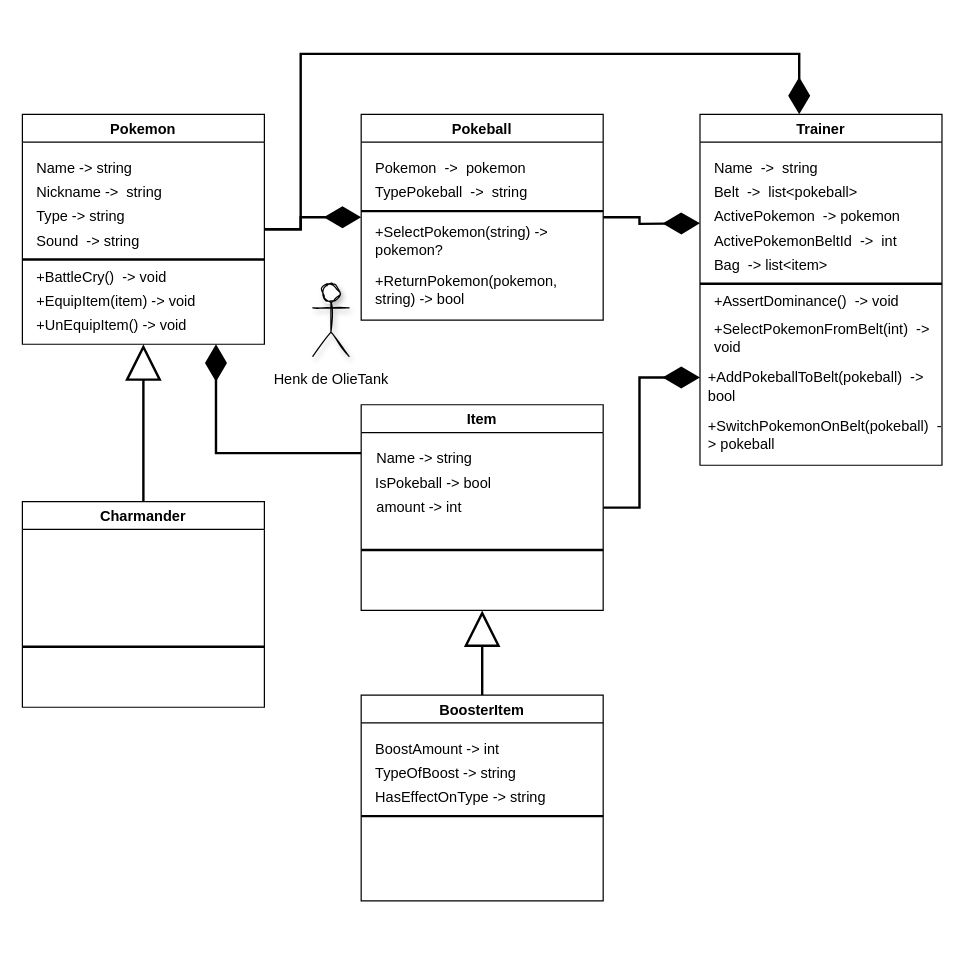
Before: Pokemon-Battle-Sim/class diagram.drawio in oldmartijntje/Pokemon-Battle-Simulator, a draw.io diagram. Source tidied: cells renumbered, new cells numbered last; positions are measured from the earlier drawing's top-left corner, leaving out a move shared by most shapes. Both pictures are drawn from the tidied source at 121%, with x=0, y=0 at pixel (22, 53).
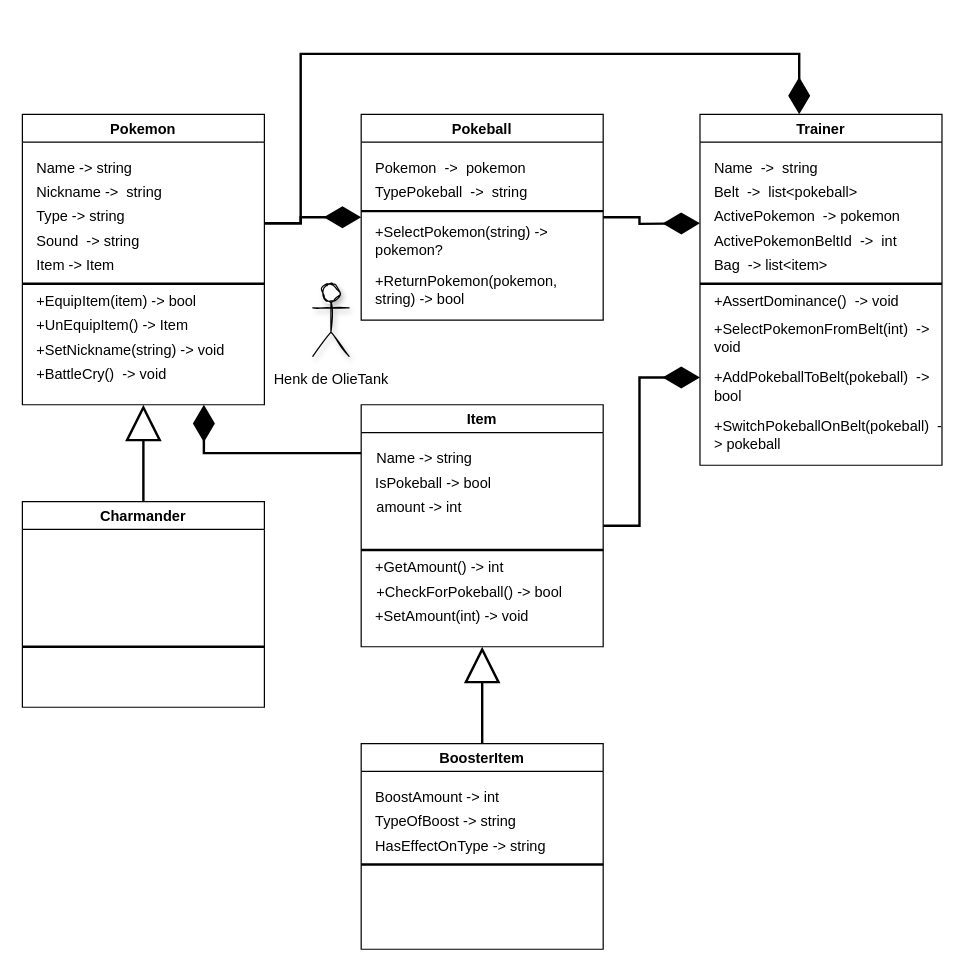
The same diagram, later.

The change refers to these unchanged cells:
```xml
<mxCell id="14" value="Pokeball" style="swimlane;fillStyle=auto;fillColor=default;swimlaneFillColor=default;" parent="1" vertex="1">
  <mxGeometry x="280" y="50" width="200" height="170" as="geometry" />
</mxCell>
<mxCell id="21" value="Trainer" style="swimlane;fillStyle=auto;fillColor=default;swimlaneFillColor=default;" parent="1" vertex="1">
  <mxGeometry x="560" y="50" width="200" height="290" as="geometry" />
</mxCell>
```

What changed in the source:
```diff
@@
-    <mxCell id="2" style="edgeStyle=orthogonalEdgeStyle;rounded=0;jettySize=auto;html=1;entryX=0;entryY=0.5;entryDx=0;entryDy=0;strokeWidth=2;endArrow=diamondThin;endFill=1;startSize=25;endSize=25;" parent="1" edge="1" source="4" target="14">
-      <mxGeometry relative="1" as="geometry" />
+    <mxCell id="2" style="edgeStyle=orthogonalEdgeStyle;rounded=0;jettySize=auto;html=1;entryX=0;entryY=0.5;entryDx=0;entryDy=0;strokeWidth=2;endArrow=diamondThin;endFill=1;startSize=25;endSize=25;" parent="1" edge="1" target="14">
+      <mxGeometry relative="1" as="geometry">
+        <mxPoint x="200" y="140" as="sourcePoint" />
+        <Array as="points">
+          <mxPoint x="200" y="140" />
+          <mxPoint x="230" y="140" />
+          <mxPoint x="230" y="135" />
+        </Array>
+      </mxGeometry>
     </mxCell>
     <mxCell id="3" style="edgeStyle=orthogonalEdgeStyle;rounded=0;jettySize=auto;html=1;entryX=0.41;entryY=0;entryDx=0;entryDy=0;entryPerimeter=0;strokeWidth=2;endArrow=diamondThin;endFill=1;startSize=25;endSize=25;" parent="1" edge="1" source="4" target="21">
       <mxGeometry relative="1" as="geometry">
         <Array as="points">
-          <mxPoint x="230" y="145" />
+          <mxPoint x="230" y="140" />
           <mxPoint x="230" />
           <mxPoint x="642" />
         </Array>
       </mxGeometry>
     </mxCell>
     <mxCell id="4" value="Pokemon" style="swimlane;fillStyle=auto;fillColor=default;swimlaneFillColor=default;" parent="1" vertex="1">
-      <mxGeometry y="50" width="200" height="190" as="geometry" />
+      <mxGeometry y="50" width="200" height="240" as="geometry" />
     </mxCell>
@@
-    <mxCell id="9" value="+EquipItem(item) -&amp;gt; void" style="text;html=1;align=left;verticalAlign=middle;strokeColor=none;fillColor=none;" parent="4" vertex="1">
-      <mxGeometry x="10" y="140" width="150" height="30" as="geometry" />
+    <mxCell id="9" value="+EquipItem(item) -&amp;gt; bool" style="text;html=1;align=left;verticalAlign=middle;strokeColor=none;fillColor=none;" parent="4" vertex="1">
+      <mxGeometry x="10" y="140" width="160" height="30" as="geometry" />
     </mxCell>
     <mxCell id="10" style="endArrow=none;html=1;rounded=0;strokeColor=default;strokeWidth=2;startSize=6;endSize=25;jumpStyle=none;jumpSize=6;" parent="4" edge="1">
       <mxGeometry relative="1" as="geometry">
-        <mxPoint y="120" as="sourcePoint" />
-        <mxPoint x="200" y="120" as="targetPoint" />
+        <mxPoint y="140" as="sourcePoint" />
+        <mxPoint x="200" y="140" as="targetPoint" />
       </mxGeometry>
     </mxCell>
     <mxCell id="11" value="+BattleCry()&amp;nbsp;&lt;span style=&quot;&quot;&gt;&amp;nbsp;-&amp;gt; void&lt;/span&gt;" style="text;html=1;align=left;verticalAlign=middle;strokeColor=none;fillColor=none;" parent="4" vertex="1">
-      <mxGeometry x="10" y="120" width="130" height="30" as="geometry" />
+      <mxGeometry x="10" y="200" width="130" height="30" as="geometry" />
     </mxCell>
-    <mxCell id="12" value="+UnEquipItem() -&amp;gt; void" style="text;html=1;align=left;verticalAlign=middle;strokeColor=none;fillColor=none;" parent="4" vertex="1">
+    <mxCell id="12" value="+UnEquipItem() -&amp;gt; Item" style="text;html=1;align=left;verticalAlign=middle;strokeColor=none;fillColor=none;" parent="4" vertex="1">
       <mxGeometry x="10" y="160" width="150" height="30" as="geometry" />
     </mxCell>
+    <mxCell id="48" value="+SetNickname(string) -&amp;gt; void" style="text;html=1;align=left;verticalAlign=middle;strokeColor=none;fillColor=none;" parent="4" vertex="1">
+      <mxGeometry x="10" y="180" width="180" height="30" as="geometry" />
+    </mxCell>
+    <mxCell id="49" value="Item -&amp;gt; Item" style="text;html=1;strokeColor=none;fillColor=none;align=left;verticalAlign=middle;whiteSpace=wrap;rounded=0;fillStyle=auto;" parent="4" vertex="1">
+      <mxGeometry x="10" y="110" width="180" height="30" as="geometry" />
+    </mxCell>
@@
     <mxCell id="30" value="+AddPokeballToBelt(pokeball)&amp;nbsp;&amp;nbsp;-&amp;gt; bool" style="text;html=1;strokeColor=none;fillColor=none;align=left;verticalAlign=middle;whiteSpace=wrap;rounded=0;fillStyle=auto;" parent="21" vertex="1">
-      <mxGeometry x="5" y="210" width="190" height="30" as="geometry" />
+      <mxGeometry x="10" y="210" width="190" height="30" as="geometry" />
     </mxCell>
-    <mxCell id="31" value="+SwitchPokemonOnBelt(pokeball)&amp;nbsp;&amp;nbsp;-&amp;gt; pokeball" style="text;html=1;strokeColor=none;fillColor=none;align=left;verticalAlign=middle;whiteSpace=wrap;rounded=0;fillStyle=auto;" parent="21" vertex="1">
-      <mxGeometry x="5" y="250" width="190" height="30" as="geometry" />
+    <mxCell id="31" value="+SwitchPokeballOnBelt(pokeball)&amp;nbsp;&amp;nbsp;-&amp;gt; pokeball" style="text;html=1;strokeColor=none;fillColor=none;align=left;verticalAlign=middle;whiteSpace=wrap;rounded=0;fillStyle=auto;" parent="21" vertex="1">
+      <mxGeometry x="10" y="250" width="190" height="30" as="geometry" />
     </mxCell>
@@
-    <mxCell id="36" style="edgeStyle=orthogonalEdgeStyle;rounded=0;jettySize=auto;html=1;strokeWidth=2;endArrow=diamondThin;endFill=1;startSize=25;endSize=25;" parent="1" edge="1" source="37">
+    <mxCell id="36" style="edgeStyle=orthogonalEdgeStyle;rounded=0;jettySize=auto;html=1;strokeWidth=2;endArrow=diamondThin;endFill=1;startSize=25;endSize=25;entryX=0.75;entryY=1;entryDx=0;entryDy=0;" parent="1" edge="1" source="37" target="4">
       <mxGeometry relative="1" as="geometry">
-        <mxPoint x="160" y="240" as="targetPoint" />
         <Array as="points">
-          <mxPoint x="160" y="330" />
-          <mxPoint x="160" y="240" />
+          <mxPoint x="150" y="330" />
         </Array>
       </mxGeometry>
     </mxCell>
     <mxCell id="37" value="Item" style="swimlane;fillStyle=auto;fillColor=default;swimlaneFillColor=default;" parent="1" vertex="1">
-      <mxGeometry x="280" y="290" width="200" height="170" as="geometry" />
+      <mxGeometry x="280" y="290" width="200" height="200" as="geometry" />
     </mxCell>
@@
+    <mxCell id="50" value="+GetAmount() -&amp;gt; int" style="text;html=1;strokeColor=none;fillColor=none;align=left;verticalAlign=middle;whiteSpace=wrap;rounded=0;fillStyle=auto;" parent="37" vertex="1">
+      <mxGeometry x="10" y="120" width="180" height="30" as="geometry" />
+    </mxCell>
+    <mxCell id="51" value="+CheckForPokeball() -&amp;gt; bool" style="text;html=1;strokeColor=none;fillColor=none;align=left;verticalAlign=middle;whiteSpace=wrap;rounded=0;fillStyle=auto;" parent="37" vertex="1">
+      <mxGeometry x="11" y="140" width="180" height="30" as="geometry" />
+    </mxCell>
+    <mxCell id="52" value="+SetAmount(int) -&amp;gt; void" style="text;html=1;strokeColor=none;fillColor=none;align=left;verticalAlign=middle;whiteSpace=wrap;rounded=0;fillStyle=auto;" parent="37" vertex="1">
+      <mxGeometry x="10" y="160" width="180" height="30" as="geometry" />
+    </mxCell>
@@
     <mxCell id="43" value="BoosterItem" style="swimlane;fillStyle=auto;fillColor=default;swimlaneFillColor=default;" parent="1" vertex="1">
-      <mxGeometry x="280" y="530" width="200" height="170" as="geometry" />
+      <mxGeometry x="280" y="570" width="200" height="170" as="geometry" />
     </mxCell>
```
